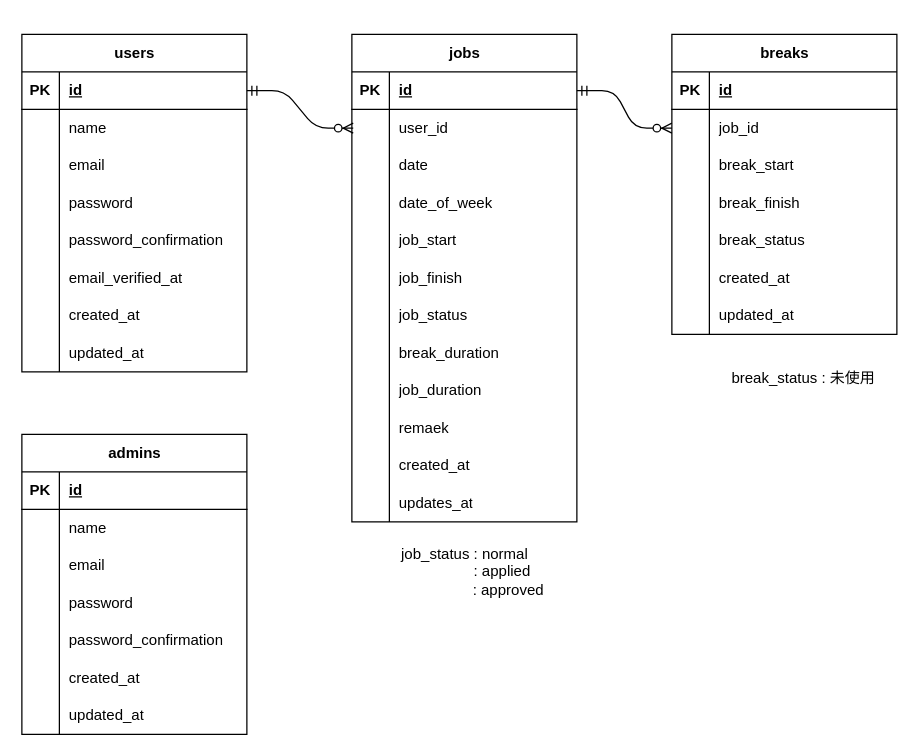
Earlier version of the draw.io diagram clockIn.drawio (oxnut134/clock-in). Source tidied: cells renumbered, new cells numbered last; positions are measured from the earlier drawing's top-left corner, leaving out a move shared by most shapes. Both pictures are drawn from the tidied source at 125%, with x=0, y=0 at pixel (21, 34).
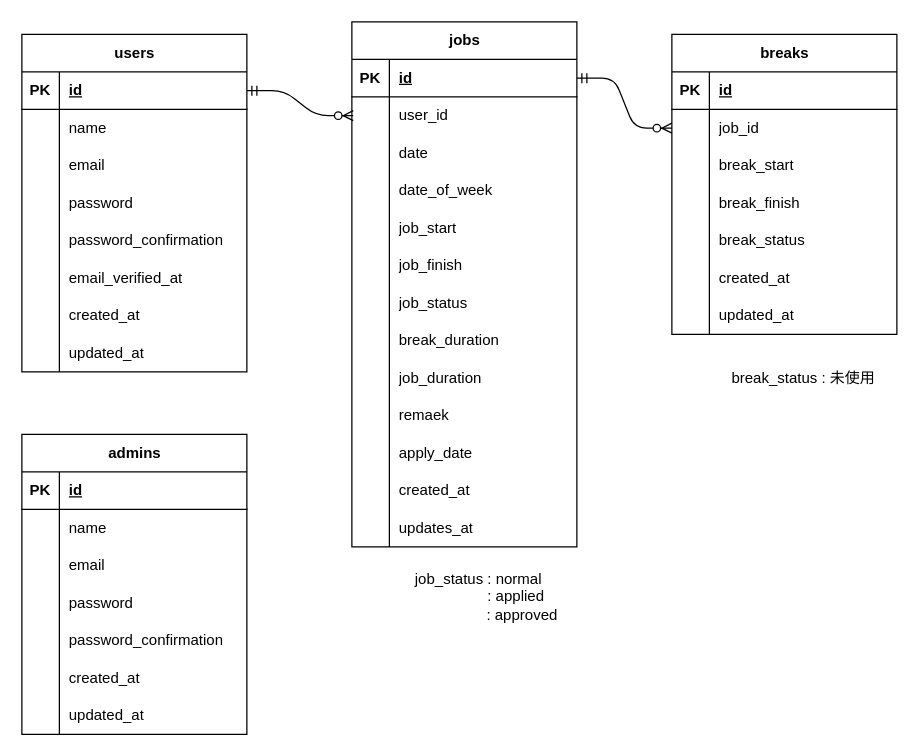
The same page after the edit.

Unchanged cells that the change refers to:
```xml
<mxCell id="58" style="shape=tableRow;horizontal=0;startSize=0;swimlaneHead=0;swimlaneBody=0;fillColor=none;top=0;left=0;right=0;bottom=0;" parent="27" vertex="1">
  <mxGeometry y="330" width="180" height="30" as="geometry" />
</mxCell>
<mxCell id="61" style="shape=tableRow;horizontal=0;startSize=0;swimlaneHead=0;swimlaneBody=0;fillColor=none;top=0;left=0;right=0;bottom=0;" parent="27" vertex="1">
  <mxGeometry y="360" width="180" height="30" as="geometry" />
</mxCell>
```

Change to the diagram source:
```diff
@@
     <mxCell id="27" value="jobs" style="shape=table;startSize=30;childLayout=tableLayout;rowLines=0;fontStyle=1;align=center;html=1;" parent="1" vertex="1">
-      <mxGeometry x="264" width="180" height="390" as="geometry" />
+      <mxGeometry x="264" y="-10" width="180" height="420" as="geometry" />
     </mxCell>
@@
-    <mxCell id="60" value="&lt;span style=&quot;color: rgb(0, 0, 0);&quot;&gt;created_at&lt;/span&gt;" style="shape=partialRectangle;fillColor=none;top=0;left=0;bottom=0;right=0;align=left;spacingLeft=6;overflow=hidden;whiteSpace=wrap;html=1;" parent="58" vertex="1">
+    <mxCell id="60" value="apply_date" style="shape=partialRectangle;fillColor=none;top=0;left=0;bottom=0;right=0;align=left;spacingLeft=6;overflow=hidden;whiteSpace=wrap;html=1;" parent="58" vertex="1">
       <mxGeometry x="30" width="150" height="30" as="geometry" />
     </mxCell>
@@
-    <mxCell id="63" value="&lt;span style=&quot;color: rgb(0, 0, 0);&quot;&gt;updates_at&lt;/span&gt;" style="shape=partialRectangle;fillColor=none;top=0;left=0;bottom=0;right=0;align=left;spacingLeft=6;overflow=hidden;whiteSpace=wrap;html=1;" parent="61" vertex="1">
+    <mxCell id="63" value="&lt;span style=&quot;color: rgb(0, 0, 0);&quot;&gt;created_at&lt;/span&gt;" style="shape=partialRectangle;fillColor=none;top=0;left=0;bottom=0;right=0;align=left;spacingLeft=6;overflow=hidden;whiteSpace=wrap;html=1;" parent="61" vertex="1">
       <mxGeometry x="30" width="150" height="30" as="geometry" />
     </mxCell>
+    <mxCell id="112" style="shape=tableRow;horizontal=0;startSize=0;swimlaneHead=0;swimlaneBody=0;fillColor=none;top=0;left=0;right=0;bottom=0;" parent="27" vertex="1">
+      <mxGeometry y="390" width="180" height="30" as="geometry" />
+    </mxCell>
+    <mxCell id="113" style="shape=partialRectangle;fillColor=none;top=0;left=0;bottom=0;right=0;overflow=hidden;whiteSpace=wrap;html=1;" parent="112" vertex="1">
+      <mxGeometry width="30" height="30" as="geometry" />
+    </mxCell>
+    <mxCell id="114" value="&lt;span style=&quot;color: rgb(0, 0, 0);&quot;&gt;updates_at&lt;/span&gt;" style="shape=partialRectangle;fillColor=none;top=0;left=0;bottom=0;right=0;align=left;spacingLeft=6;overflow=hidden;whiteSpace=wrap;html=1;" parent="112" vertex="1">
+      <mxGeometry x="30" width="150" height="30" as="geometry" />
+    </mxCell>
     <mxCell id="64" value="job_status : normal&lt;div&gt;&amp;nbsp; &amp;nbsp; &amp;nbsp; &amp;nbsp; &amp;nbsp; &amp;nbsp; &amp;nbsp; &amp;nbsp; &amp;nbsp; : applied&lt;/div&gt;&lt;div&gt;&amp;nbsp; &amp;nbsp; &amp;nbsp; &amp;nbsp; &amp;nbsp; &amp;nbsp; &amp;nbsp; &amp;nbsp; &amp;nbsp; &amp;nbsp; &amp;nbsp;: approved&lt;/div&gt;" style="text;html=1;align=center;verticalAlign=middle;strokeColor=none;fillColor=none;" parent="1" vertex="1">
-      <mxGeometry x="279" y="400" width="150" height="60" as="geometry" />
+      <mxGeometry x="290" y="420" width="150" height="60" as="geometry" />
     </mxCell>
```
